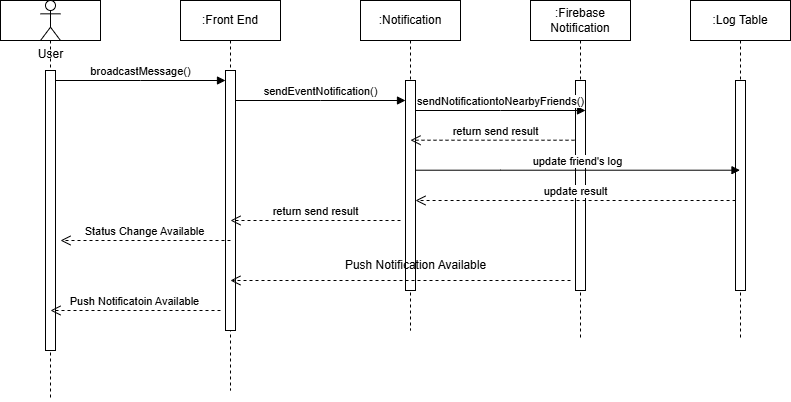
The draw.io diagram documentation/images/M4/FR4.png in dorawyy/CPEN321_CMIYC, before a commit. Source tidied: cells renumbered, new cells last; positions are measured from the earlier drawing's top-left corner, leaving out a move shared by most shapes.
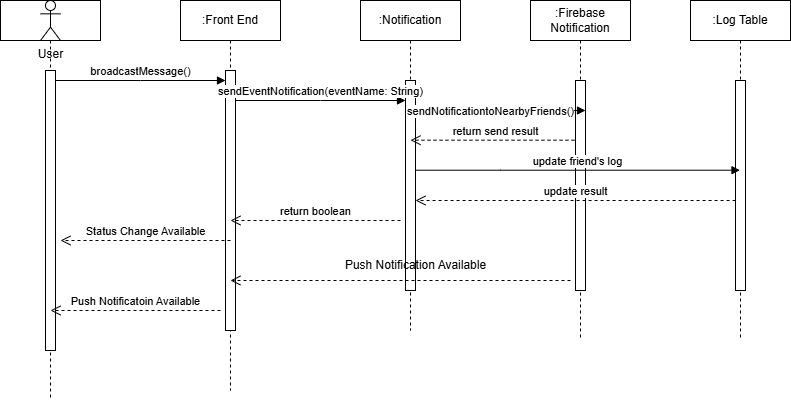
The same diagram one commit later.

What changed in the source:
```diff
@@ -20,7 +20,7 @@
     <mxCell id="7" style="html=1;perimeter=orthogonalPerimeter;targetShapes=umlLifeline;newEdgeStyle={&quot;edgeStyle&quot;:&quot;elbowEdgeStyle&quot;,&quot;elbow&quot;:&quot;vertical&quot;,&quot;curved&quot;:0,&quot;rounded&quot;:0};" parent="6" vertex="1">
       <mxGeometry x="45" y="80" width="10" height="210" as="geometry" />
     </mxCell>
-    <mxCell id="8" value="sendEventNotification()" style="html=1;verticalAlign=bottom;endArrow=block;edgeStyle=elbowEdgeStyle;elbow=vertical;curved=0;rounded=0;" parent="1" edge="1">
+    <mxCell id="8" value="sendEventNotification(eventName: String)" style="html=1;verticalAlign=bottom;endArrow=block;edgeStyle=elbowEdgeStyle;elbow=vertical;curved=0;rounded=0;" parent="1" edge="1">
       <mxGeometry relative="1" as="geometry">
         <mxPoint x="235" y="100" as="sourcePoint" />
         <mxPoint x="405" y="100" as="targetPoint" />
@@ -72,7 +72,7 @@
       <mxGeometry x="45" y="80" width="10" height="210" as="geometry" />
     </mxCell>
     <mxCell id="17" value="sendNotificationtoNearbyFriends()" style="html=1;verticalAlign=bottom;endArrow=block;edgeStyle=elbowEdgeStyle;elbow=vertical;curved=0;rounded=0;" parent="1" edge="1">
-      <mxGeometry relative="1" as="geometry">
+      <mxGeometry x="-0.12" y="-10" relative="1" as="geometry">
         <mxPoint x="415" y="110" as="sourcePoint" />
         <mxPoint x="585" y="110" as="targetPoint" />
         <Array as="points">
@@ -86,7 +86,7 @@
     <mxCell id="19" style="html=1;perimeter=orthogonalPerimeter;targetShapes=umlLifeline;newEdgeStyle={&quot;edgeStyle&quot;:&quot;elbowEdgeStyle&quot;,&quot;elbow&quot;:&quot;vertical&quot;,&quot;curved&quot;:0,&quot;rounded&quot;:0};" parent="18" vertex="1">
       <mxGeometry x="45" y="80" width="10" height="210" as="geometry" />
     </mxCell>
-    <mxCell id="20" value="return send result" style="html=1;verticalAlign=bottom;endArrow=open;dashed=1;endSize=8;edgeStyle=elbowEdgeStyle;elbow=vertical;curved=0;rounded=0;" parent="1" edge="1">
+    <mxCell id="20" value="return boolean" style="html=1;verticalAlign=bottom;endArrow=open;dashed=1;endSize=8;edgeStyle=elbowEdgeStyle;elbow=vertical;curved=0;rounded=0;" parent="1" edge="1">
       <mxGeometry relative="1" as="geometry">
         <mxPoint x="400" y="220" as="sourcePoint" />
         <mxPoint x="230" y="220" as="targetPoint" />
```
